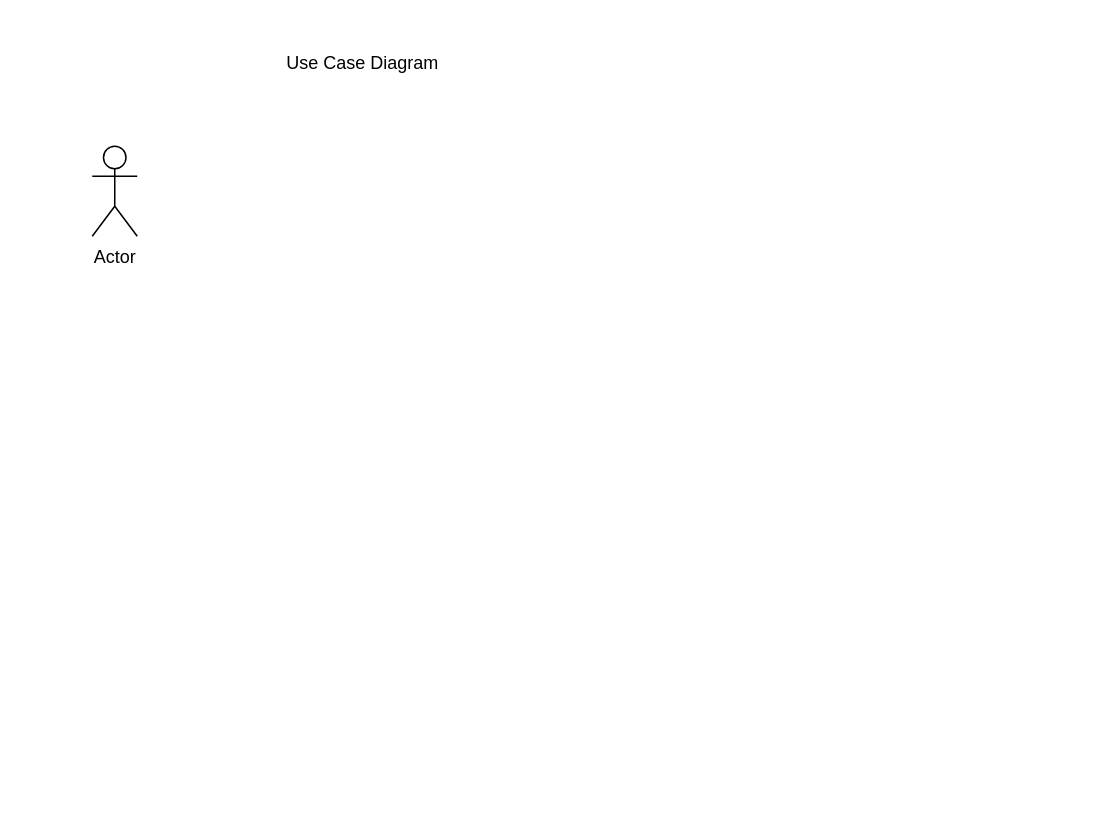
Before: User-cases.drawio in ArturSultanov/ids-proj, a draw.io diagram. Source tidied: cells renumbered, new cells numbered last; positions are measured from the earlier drawing's top-left corner, leaving out a move shared by most shapes. Both pictures are drawn from the tidied source at 150%, with x=0, y=0 at pixel (92, 40).
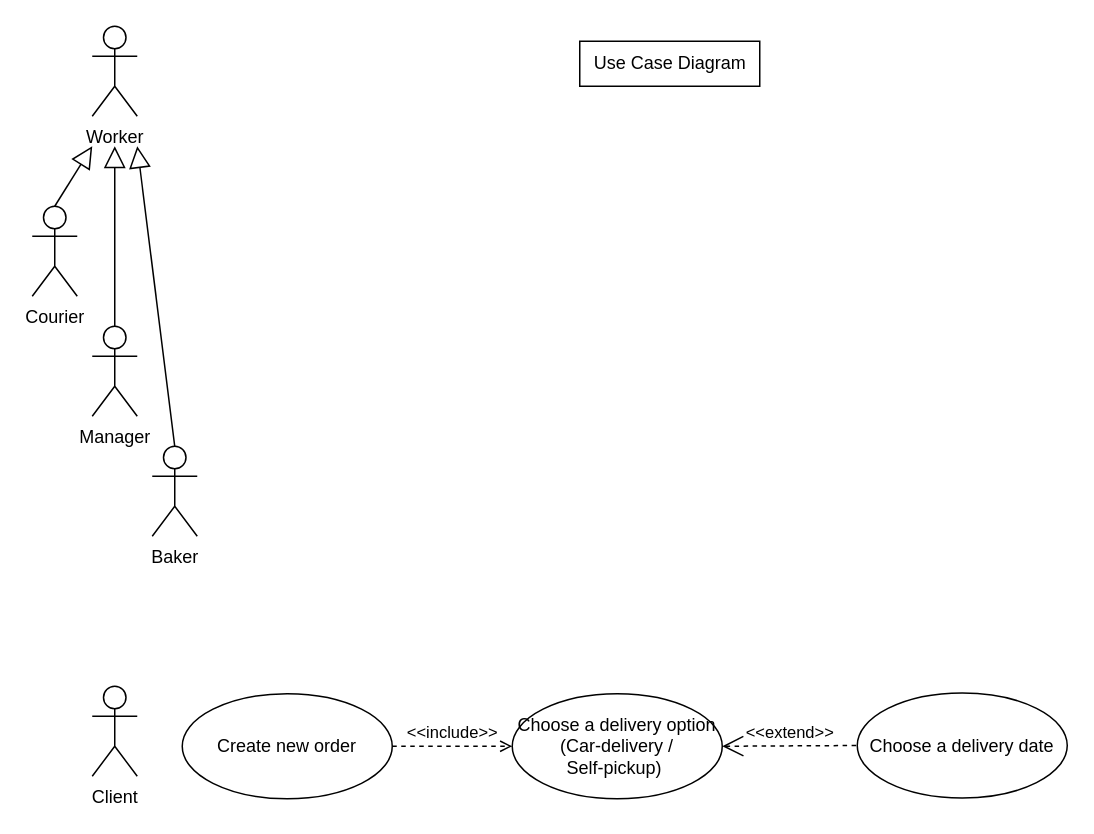
The same diagram, later.

What changed in the source:
```diff
@@
 <mxGraphModel>
   <root>
     <mxCell id="0" />
     <mxCell id="1" parent="0" />
-    <mxCell id="2" value="Actor" style="shape=umlActor;verticalLabelPosition=bottom;verticalAlign=top;html=1;outlineConnect=0;" parent="1" vertex="1">
-      <mxGeometry y="70" width="30" height="60" as="geometry" />
+    <mxCell id="2" value="Сourier" style="shape=umlActor;verticalLabelPosition=bottom;verticalAlign=top;html=1;outlineConnect=0;" parent="1" vertex="1">
+      <mxGeometry x="-40" y="110" width="30" height="60" as="geometry" />
     </mxCell>
-    <mxCell id="3" value="Use Case Diagram" style="text;html=1;align=center;verticalAlign=middle;strokeColor=none;fillColor=none;" parent="1" vertex="1">
-      <mxGeometry x="120" width="120" height="30" as="geometry" />
+    <mxCell id="3" value="Use Case Diagram" style="text;html=1;align=center;verticalAlign=middle;fillColor=none;strokeColor=default;" parent="1" vertex="1">
+      <mxGeometry x="325" width="120" height="30" as="geometry" />
     </mxCell>
+    <mxCell id="4" value="Manager" style="shape=umlActor;verticalLabelPosition=bottom;verticalAlign=top;html=1;outlineConnect=0;" parent="1" vertex="1">
+      <mxGeometry y="190" width="30" height="60" as="geometry" />
+    </mxCell>
+    <mxCell id="5" value="Baker" style="shape=umlActor;verticalLabelPosition=bottom;verticalAlign=top;html=1;outlineConnect=0;" parent="1" vertex="1">
+      <mxGeometry x="40" y="270" width="30" height="60" as="geometry" />
+    </mxCell>
+    <mxCell id="6" value="Client" style="shape=umlActor;verticalLabelPosition=bottom;verticalAlign=top;html=1;" parent="1" vertex="1">
+      <mxGeometry y="430" width="30" height="60" as="geometry" />
+    </mxCell>
+    <mxCell id="7" value="&amp;lt;&amp;lt;include&amp;gt;&amp;gt;" style="edgeStyle=none;html=1;endArrow=open;verticalAlign=bottom;dashed=1;labelBackgroundColor=none;rounded=0;exitX=1;exitY=0.5;exitDx=0;exitDy=0;" parent="1" edge="1" source="9" target="8">
+      <mxGeometry relative="1" as="geometry" />
+    </mxCell>
+    <mxCell id="8" value="Choose a delivery option (Car-delivery / &lt;br&gt;Self-pickup)&amp;nbsp;" style="ellipse;whiteSpace=wrap;html=1;" parent="1" vertex="1">
+      <mxGeometry x="280" y="435" width="140" height="70" as="geometry" />
+    </mxCell>
+    <mxCell id="9" value="Create new order" style="ellipse;whiteSpace=wrap;html=1;" parent="1" vertex="1">
+      <mxGeometry x="60" y="435" width="140" height="70" as="geometry" />
+    </mxCell>
+    <mxCell id="10" value="&amp;lt;&amp;lt;extend&amp;gt;&amp;gt;" style="edgeStyle=none;html=1;startArrow=open;endArrow=none;startSize=12;verticalAlign=bottom;dashed=1;labelBackgroundColor=none;rounded=0;exitX=1;exitY=0.5;exitDx=0;exitDy=0;" parent="1" edge="1" source="8" target="11">
+      <mxGeometry relative="1" as="geometry" />
+    </mxCell>
+    <mxCell id="11" value="Choose a delivery date" style="ellipse;whiteSpace=wrap;html=1;" parent="1" vertex="1">
+      <mxGeometry x="510" y="434.5" width="140" height="70" as="geometry" />
+    </mxCell>
+    <mxCell id="12" value="Worker&lt;br&gt;" style="shape=umlActor;verticalLabelPosition=bottom;verticalAlign=top;html=1;strokeColor=default;" parent="1" vertex="1">
+      <mxGeometry y="-10" width="30" height="60" as="geometry" />
+    </mxCell>
+    <mxCell id="13" style="edgeStyle=none;html=1;endArrow=block;endFill=0;endSize=12;verticalAlign=bottom;rounded=0;exitX=0.5;exitY=0;exitDx=0;exitDy=0;exitPerimeter=0;" parent="1" edge="1" source="2">
+      <mxGeometry relative="1" as="geometry">
+        <mxPoint y="70" as="targetPoint" />
+      </mxGeometry>
+    </mxCell>
+    <mxCell id="14" style="edgeStyle=none;html=1;endArrow=block;endFill=0;endSize=12;verticalAlign=bottom;rounded=0;exitX=0.5;exitY=0;exitDx=0;exitDy=0;exitPerimeter=0;" parent="1" edge="1" source="4">
+      <mxGeometry relative="1" as="geometry">
+        <mxPoint x="15" y="70" as="targetPoint" />
+      </mxGeometry>
+    </mxCell>
+    <mxCell id="15" style="edgeStyle=none;html=1;endArrow=block;endFill=0;endSize=12;verticalAlign=bottom;rounded=0;exitX=0.5;exitY=0;exitDx=0;exitDy=0;exitPerimeter=0;" parent="1" edge="1" source="5">
+      <mxGeometry relative="1" as="geometry">
+        <mxPoint x="30" y="70" as="targetPoint" />
+      </mxGeometry>
+    </mxCell>
   </root>
 </mxGraphModel>
```
